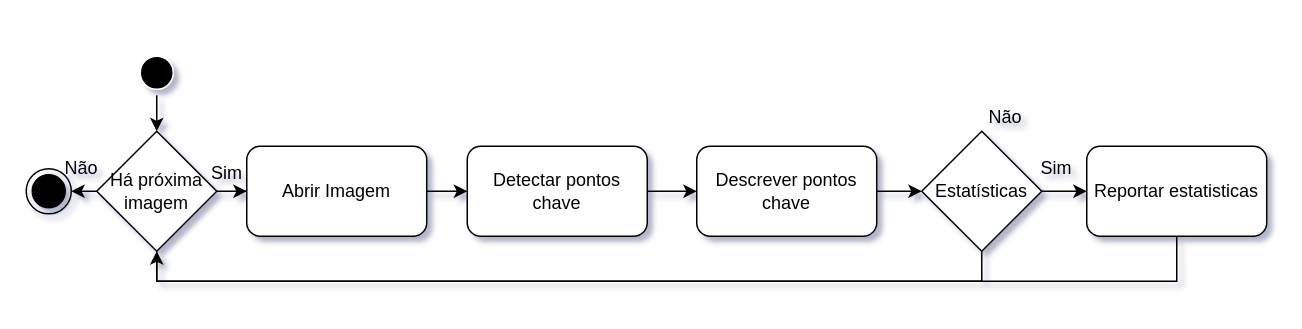
Before: page "Fluxo_imagens" (3 of 6) of Final_Diagrams.drawio in tatorj/Tcc, a draw.io diagram. Source tidied: cells renumbered, new cells numbered last; positions are measured from the earlier drawing's top-left corner, leaving out a move shared by most shapes. Both pictures are drawn from the tidied source at 150%, with x=0, y=0 at pixel (26, 50).
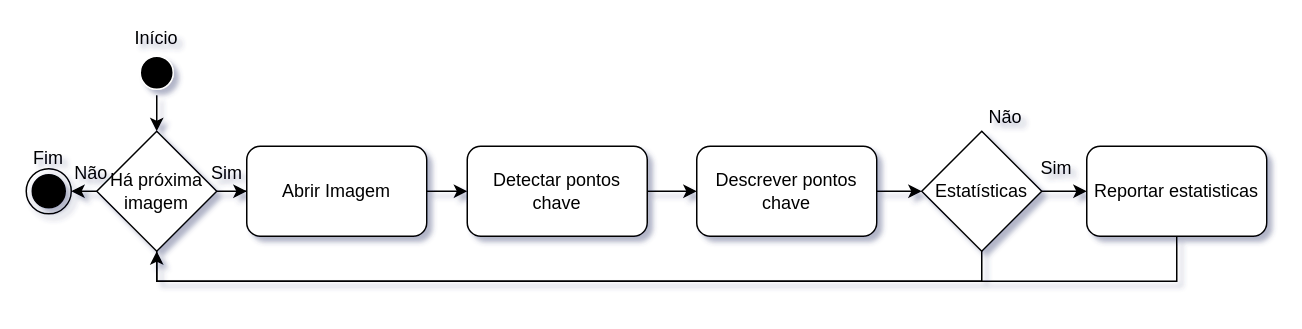
The same diagram, later.

Diff of the diagram source:
```diff
@@
     <mxCell id="22" value="Não" style="text;html=1;strokeColor=none;fillColor=none;align=center;verticalAlign=middle;whiteSpace=wrap;rounded=0;" parent="1" vertex="1">
-      <mxGeometry x="7" y="64" width="60" height="30" as="geometry" />
+      <mxGeometry x="30" y="74" width="27" height="16" as="geometry" />
     </mxCell>
+    <mxCell id="23" value="Início" style="text;html=1;strokeColor=none;fillColor=none;align=center;verticalAlign=middle;whiteSpace=wrap;rounded=0;" parent="1" vertex="1">
+      <mxGeometry x="72" y="-16" width="30" height="16" as="geometry" />
+    </mxCell>
+    <mxCell id="24" value="Fim" style="text;html=1;strokeColor=none;fillColor=none;align=center;verticalAlign=middle;whiteSpace=wrap;rounded=0;" parent="1" vertex="1">
+      <mxGeometry y="67" width="30" height="10" as="geometry" />
+    </mxCell>
```
